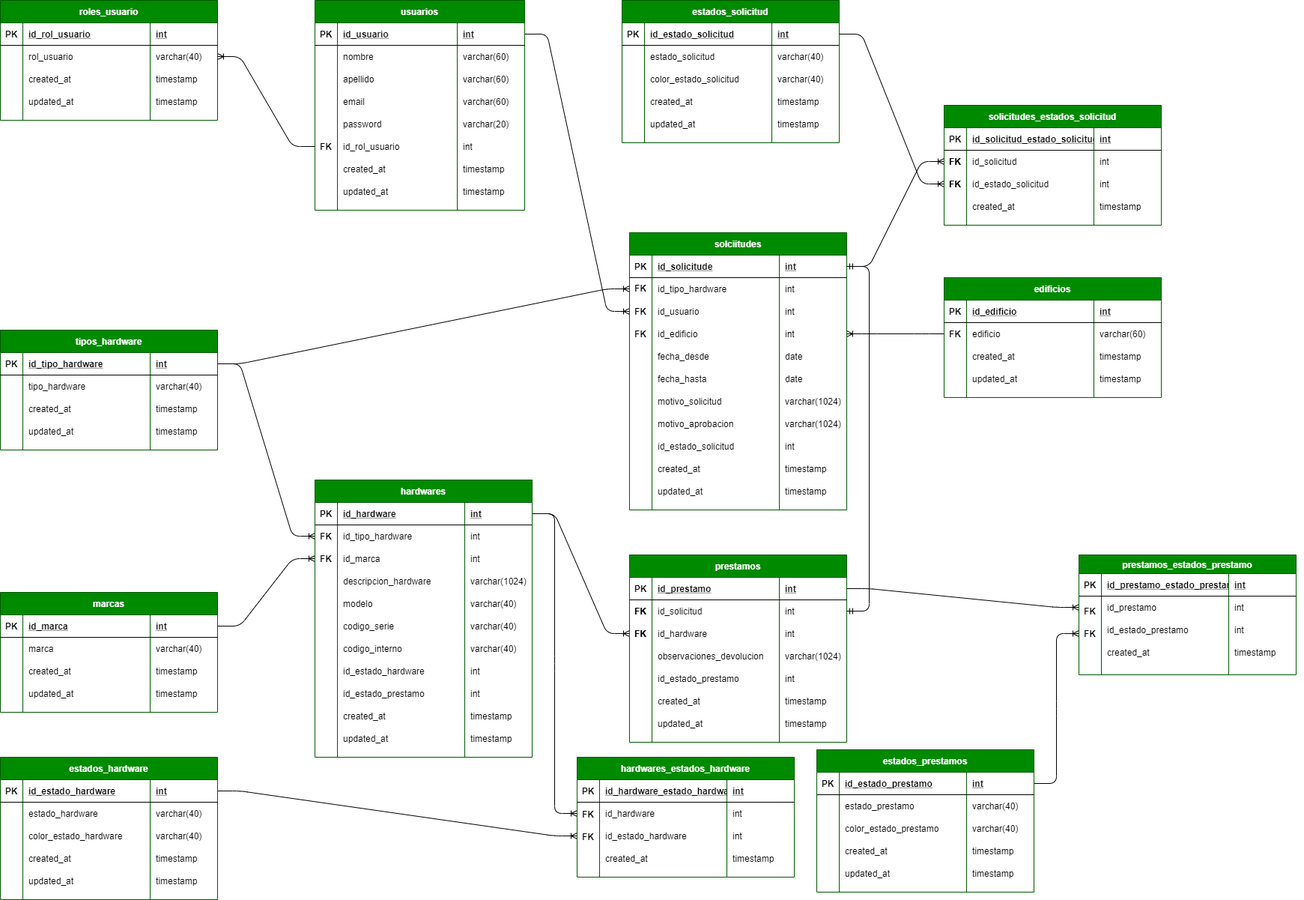
Above: database/prestamos.drawio.png in nicolasdelafuente/prestamos (draw.io), before the change. Source tidied: cells renumbered, new cells last; positions are measured from the earlier drawing's top-left corner, leaving out a move shared by most shapes.
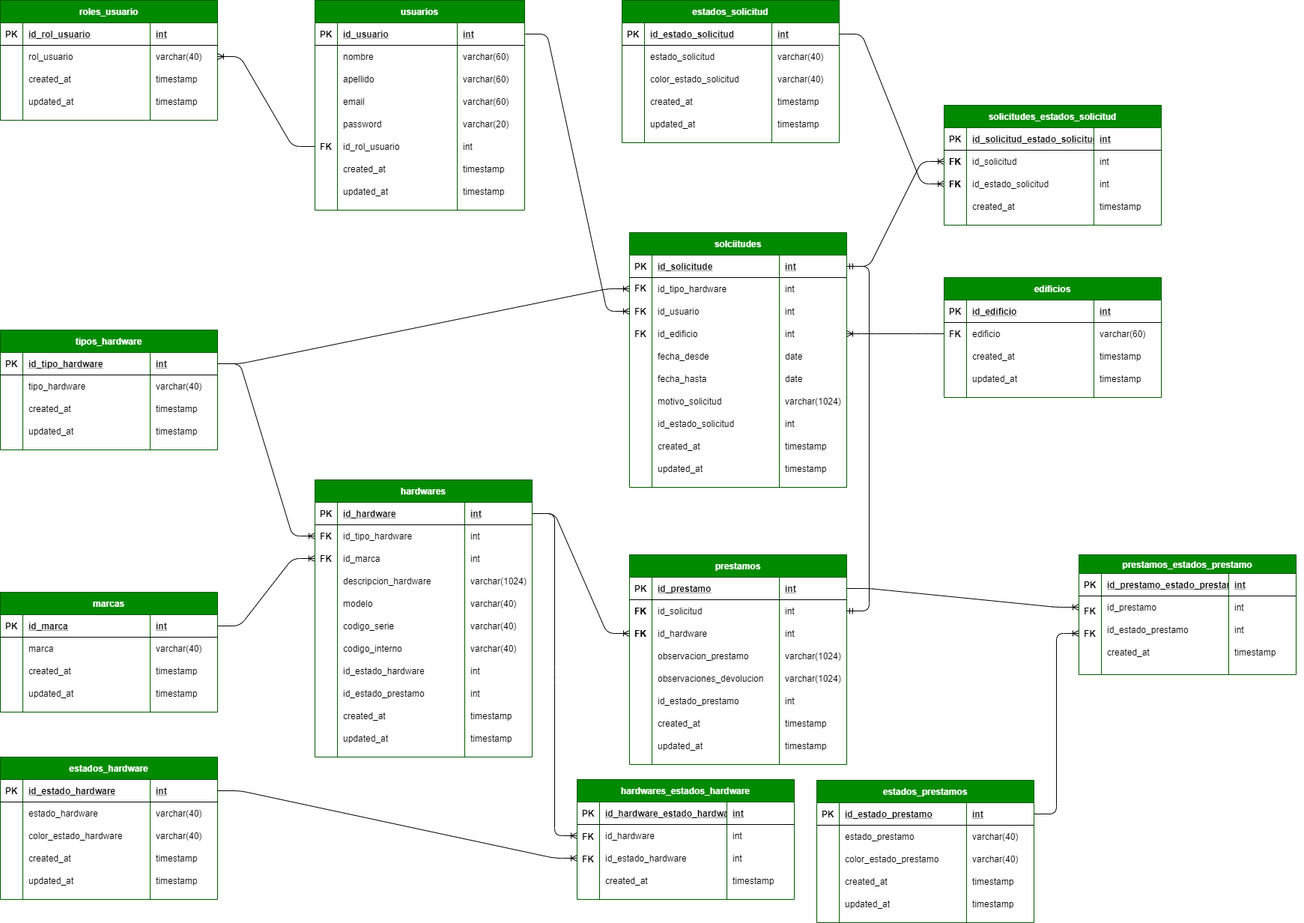
Later version of the same file.

Change to the diagram source:
```diff
@@ -378,7 +378,7 @@
       <mxGeometry relative="1" as="geometry" />
     </mxCell>
     <mxCell id="127" value="estados_prestamos" style="shape=table;startSize=30;rowLines=0;fontStyle=1;align=center;fillColor=#008a00;strokeColor=#005700;fontColor=#ffffff;rounded=0;shadow=0;" parent="1" vertex="1">
-      <mxGeometry x="1090" y="1000" width="290" height="190" as="geometry" />
+      <mxGeometry x="1090" y="1041" width="290" height="190" as="geometry" />
     </mxCell>
     <mxCell id="128" style="shape=partialRectangle;fillColor=none;top=0;left=0;bottom=1;right=0;points=[[0,0.5],[1,0.5]];portConstraint=eastwest;" parent="127" vertex="1">
       <mxGeometry y="30" width="290" height="30" as="geometry" />
@@ -594,7 +594,7 @@
       <mxGeometry x="40" y="280" width="290" height="220" as="geometry" />
     </mxCell>
     <mxCell id="199" value="prestamos" style="shape=table;startSize=30;rowLines=0;fontStyle=1;align=center;fillColor=#008a00;strokeColor=#005700;fontColor=#ffffff;rounded=0;shadow=0;" parent="198" vertex="1">
-      <mxGeometry x="30" width="290" height="250" as="geometry" />
+      <mxGeometry x="30" width="290" height="280" as="geometry" />
     </mxCell>
     <mxCell id="200" style="shape=partialRectangle;fillColor=none;top=0;left=0;bottom=1;right=0;points=[[0,0.5],[1,0.5]];portConstraint=eastwest;" parent="199" vertex="1">
       <mxGeometry y="30" width="290" height="30" as="geometry" />
@@ -632,8 +632,20 @@
     <mxCell id="211" value="int" style="shape=partialRectangle;fillColor=none;top=0;left=0;bottom=0;right=0;align=left;spacingLeft=6;overflow=hidden;" parent="208" vertex="1">
       <mxGeometry x="200" width="90" height="30" as="geometry" />
     </mxCell>
+    <mxCell id="385" style="shape=partialRectangle;fillColor=none;top=0;left=0;bottom=0;right=0;" parent="199" vertex="1">
+      <mxGeometry y="120" width="290" height="30" as="geometry" />
+    </mxCell>
+    <mxCell id="362" style="shape=partialRectangle;fillColor=none;top=0;left=0;bottom=0;right=0;overflow=hidden;" parent="385" vertex="1">
+      <mxGeometry width="30" height="30" as="geometry" />
+    </mxCell>
+    <mxCell id="386" value="observacion_prestamo" style="shape=partialRectangle;fillColor=none;top=0;left=0;bottom=0;right=0;align=left;spacingLeft=6;overflow=hidden;" parent="385" vertex="1">
+      <mxGeometry x="30" width="170" height="30" as="geometry" />
+    </mxCell>
+    <mxCell id="364" value="varchar(1024)" style="shape=partialRectangle;fillColor=none;top=0;left=0;bottom=0;right=0;align=left;spacingLeft=6;overflow=hidden;" parent="385" vertex="1">
+      <mxGeometry x="200" width="90" height="30" as="geometry" />
+    </mxCell>
     <mxCell id="212" style="shape=partialRectangle;fillColor=none;top=0;left=0;bottom=0;right=0;" parent="199" vertex="1">
-      <mxGeometry y="120" width="290" height="30" as="geometry" />
+      <mxGeometry y="150" width="290" height="30" as="geometry" />
     </mxCell>
     <mxCell id="213" style="shape=partialRectangle;fillColor=none;top=0;left=0;bottom=0;right=0;overflow=hidden;" parent="212" vertex="1">
       <mxGeometry width="30" height="30" as="geometry" />
@@ -645,7 +657,7 @@
       <mxGeometry x="200" width="90" height="30" as="geometry" />
     </mxCell>
     <mxCell id="216" style="shape=partialRectangle;fillColor=none;top=0;left=0;bottom=0;right=0;" parent="199" vertex="1">
-      <mxGeometry y="150" width="290" height="30" as="geometry" />
+      <mxGeometry y="180" width="290" height="30" as="geometry" />
     </mxCell>
     <mxCell id="217" style="shape=partialRectangle;fillColor=none;top=0;left=0;bottom=0;right=0;overflow=hidden;" parent="216" vertex="1">
       <mxGeometry width="30" height="30" as="geometry" />
@@ -657,7 +669,7 @@
       <mxGeometry x="200" width="90" height="30" as="geometry" />
     </mxCell>
     <mxCell id="220" style="shape=partialRectangle;fillColor=none;top=0;left=0;bottom=0;right=0;" parent="199" vertex="1">
-      <mxGeometry y="180" width="290" height="30" as="geometry" />
+      <mxGeometry y="210" width="290" height="30" as="geometry" />
     </mxCell>
     <mxCell id="221" style="shape=partialRectangle;fillColor=none;top=0;left=0;bottom=0;right=0;overflow=hidden;" parent="220" vertex="1">
       <mxGeometry width="30" height="30" as="geometry" />
@@ -669,7 +681,7 @@
       <mxGeometry x="200" width="90" height="30" as="geometry" />
     </mxCell>
     <mxCell id="224" style="shape=partialRectangle;fillColor=none;top=0;left=0;bottom=0;right=0;" parent="199" vertex="1">
-      <mxGeometry y="210" width="290" height="30" as="geometry" />
+      <mxGeometry y="240" width="290" height="30" as="geometry" />
     </mxCell>
     <mxCell id="225" style="shape=partialRectangle;fillColor=none;top=0;left=0;bottom=0;right=0;overflow=hidden;" parent="224" vertex="1">
       <mxGeometry width="30" height="30" as="geometry" />
@@ -696,7 +708,7 @@
       <mxGeometry width="30" height="30" as="geometry" />
     </mxCell>
     <mxCell id="233" style="group;" parent="1" vertex="1">
-      <mxGeometry x="620" y="1010" width="360" height="160" as="geometry" />
+      <mxGeometry x="620" y="1040" width="360" height="160" as="geometry" />
     </mxCell>
     <mxCell id="234" style="group;" parent="233" vertex="1">
       <mxGeometry x="70" width="290" height="160" as="geometry" />
@@ -995,7 +1007,7 @@
       <mxGeometry x="840" y="310" width="290" height="340" as="geometry" />
     </mxCell>
     <mxCell id="332" value="solciitudes" style="shape=table;startSize=30;rowLines=0;fontStyle=1;align=center;fillColor=#008a00;strokeColor=#005700;fontColor=#ffffff;rounded=0;shadow=0;" parent="331" vertex="1">
-      <mxGeometry width="290" height="370" as="geometry" />
+      <mxGeometry width="290" height="340" as="geometry" />
     </mxCell>
     <mxCell id="333" style="shape=partialRectangle;fillColor=none;top=0;left=0;bottom=1;right=0;points=[[0,0.5],[1,0.5]];portConstraint=eastwest;" parent="332" vertex="1">
       <mxGeometry y="30" width="290" height="30" as="geometry" />
@@ -1081,20 +1093,8 @@
     <mxCell id="360" value="varchar(1024)" style="shape=partialRectangle;fillColor=none;top=0;left=0;bottom=0;right=0;align=left;spacingLeft=6;overflow=hidden;" parent="357" vertex="1">
       <mxGeometry x="200" width="90" height="30" as="geometry" />
     </mxCell>
-    <mxCell id="361" style="shape=partialRectangle;fillColor=none;top=0;left=0;bottom=0;right=0;" parent="332" vertex="1">
-      <mxGeometry y="240" width="290" height="30" as="geometry" />
-    </mxCell>
-    <mxCell id="362" style="shape=partialRectangle;fillColor=none;top=0;left=0;bottom=0;right=0;overflow=hidden;" parent="361" vertex="1">
-      <mxGeometry width="30" height="30" as="geometry" />
-    </mxCell>
-    <mxCell id="363" value="motivo_aprobacion" style="shape=partialRectangle;fillColor=none;top=0;left=0;bottom=0;right=0;align=left;spacingLeft=6;overflow=hidden;" parent="361" vertex="1">
-      <mxGeometry x="30" width="170" height="30" as="geometry" />
-    </mxCell>
-    <mxCell id="364" value="varchar(1024)" style="shape=partialRectangle;fillColor=none;top=0;left=0;bottom=0;right=0;align=left;spacingLeft=6;overflow=hidden;" parent="361" vertex="1">
-      <mxGeometry x="200" width="90" height="30" as="geometry" />
-    </mxCell>
     <mxCell id="365" style="shape=partialRectangle;fillColor=none;top=0;left=0;bottom=0;right=0;" parent="332" vertex="1">
-      <mxGeometry y="270" width="290" height="30" as="geometry" />
+      <mxGeometry y="240" width="290" height="30" as="geometry" />
     </mxCell>
     <mxCell id="366" style="shape=partialRectangle;fillColor=none;top=0;left=0;bottom=0;right=0;overflow=hidden;" parent="365" vertex="1">
       <mxGeometry width="30" height="30" as="geometry" />
@@ -1106,7 +1106,7 @@
       <mxGeometry x="200" width="90" height="30" as="geometry" />
     </mxCell>
     <mxCell id="369" style="shape=partialRectangle;fillColor=none;top=0;left=0;bottom=0;right=0;" parent="332" vertex="1">
-      <mxGeometry y="300" width="290" height="30" as="geometry" />
+      <mxGeometry y="270" width="290" height="30" as="geometry" />
     </mxCell>
     <mxCell id="370" style="shape=partialRectangle;fillColor=none;top=0;left=0;bottom=0;right=0;overflow=hidden;" parent="369" vertex="1">
       <mxGeometry width="30" height="30" as="geometry" />
@@ -1118,7 +1118,7 @@
       <mxGeometry x="200" width="90" height="30" as="geometry" />
     </mxCell>
     <mxCell id="373" style="shape=partialRectangle;fillColor=none;top=0;left=0;bottom=0;right=0;" parent="332" vertex="1">
-      <mxGeometry y="330" width="290" height="30" as="geometry" />
+      <mxGeometry y="300" width="290" height="30" as="geometry" />
     </mxCell>
     <mxCell id="374" style="shape=partialRectangle;fillColor=none;top=0;left=0;bottom=0;right=0;overflow=hidden;" parent="373" vertex="1">
       <mxGeometry width="30" height="30" as="geometry" />
```
